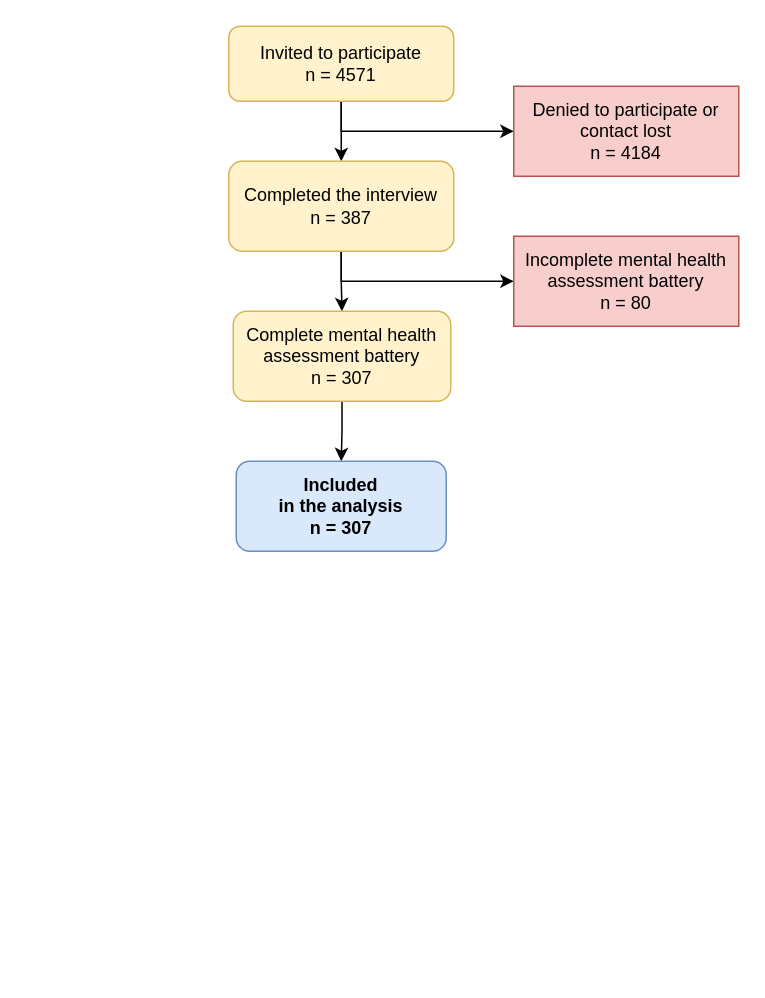
This is aux files/consort.drawio from PiotrTymoszuk/mental_accident, a draw.io file, before an edit. Source tidied: cells renumbered, new cells numbered last; positions are measured from the earlier drawing's top-left corner, leaving out a move shared by most shapes. Both pictures are drawn from the tidied source at 150%, with x=0, y=0 at pixel (228, 26).
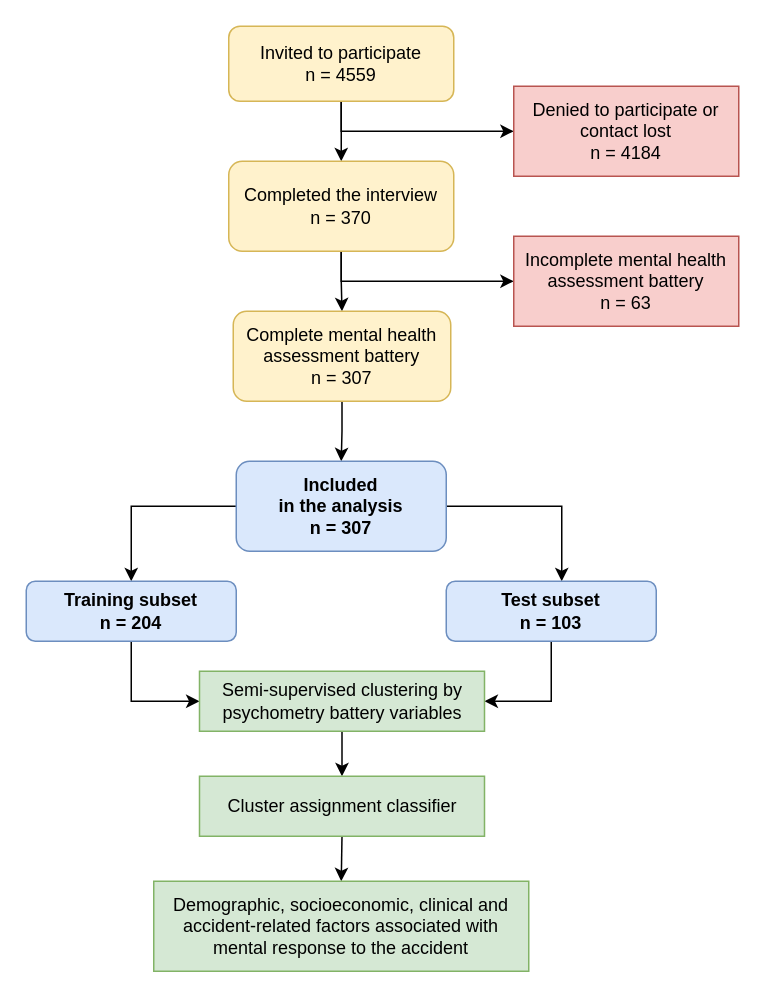
After the change.

The change refers to these unchanged cells:
```xml
<mxCell id="12" value="Included&lt;br&gt;in the analysis&lt;br&gt;n = 307" style="rounded=1;whiteSpace=wrap;html=1;fillColor=#dae8fc;strokeColor=#6c8ebf;fontStyle=1;" parent="1" vertex="1">
  <mxGeometry x="5" y="290" width="140" height="60" as="geometry" />
</mxCell>
```

Diff of the diagram source:
```diff
@@
-    <mxCell id="4" value="Invited to participate&lt;br&gt;n = 4571" style="rounded=1;whiteSpace=wrap;html=1;fillColor=#fff2cc;strokeColor=#d6b656;" parent="1" vertex="1">
+    <mxCell id="4" value="Invited to participate&lt;br&gt;n = 4559" style="rounded=1;whiteSpace=wrap;html=1;fillColor=#fff2cc;strokeColor=#d6b656;" parent="1" vertex="1">
       <mxGeometry width="150" height="50" as="geometry" />
     </mxCell>
@@
-    <mxCell id="7" value="Completed the interview&lt;br&gt;n = 387" style="rounded=1;whiteSpace=wrap;html=1;fillColor=#fff2cc;strokeColor=#d6b656;" parent="1" vertex="1">
+    <mxCell id="7" value="Completed the interview&lt;br&gt;n = 370" style="rounded=1;whiteSpace=wrap;html=1;fillColor=#fff2cc;strokeColor=#d6b656;" parent="1" vertex="1">
       <mxGeometry y="90" width="150" height="60" as="geometry" />
     </mxCell>
@@
-    <mxCell id="9" value="Incomplete mental health assessment battery&lt;br&gt;n = 80" style="rounded=0;whiteSpace=wrap;html=1;fillColor=#f8cecc;strokeColor=#b85450;" parent="1" vertex="1">
+    <mxCell id="9" value="Incomplete mental health assessment battery&lt;br&gt;n = 63" style="rounded=0;whiteSpace=wrap;html=1;fillColor=#f8cecc;strokeColor=#b85450;" parent="1" vertex="1">
       <mxGeometry x="190" y="140" width="150" height="60" as="geometry" />
     </mxCell>
@@
+    <mxCell id="13" style="edgeStyle=orthogonalEdgeStyle;rounded=0;jettySize=auto;html=1;exitX=1;exitY=0.5;exitDx=0;exitDy=0;entryX=0.55;entryY=0;entryDx=0;entryDy=0;entryPerimeter=0;" parent="1" edge="1" source="12" target="18">
+      <mxGeometry relative="1" as="geometry" />
+    </mxCell>
+    <mxCell id="14" style="edgeStyle=orthogonalEdgeStyle;rounded=0;jettySize=auto;html=1;exitX=0;exitY=0.5;exitDx=0;exitDy=0;entryX=0.5;entryY=0;entryDx=0;entryDy=0;" parent="1" edge="1" source="12" target="16">
+      <mxGeometry relative="1" as="geometry" />
+    </mxCell>
@@
+    <mxCell id="15" style="edgeStyle=orthogonalEdgeStyle;rounded=0;jettySize=auto;html=1;exitX=0.5;exitY=1;exitDx=0;exitDy=0;entryX=0;entryY=0.5;entryDx=0;entryDy=0;" parent="1" edge="1" source="16" target="20">
+      <mxGeometry relative="1" as="geometry" />
+    </mxCell>
+    <mxCell id="16" value="Training subset&lt;br&gt;n = 204" style="rounded=1;whiteSpace=wrap;html=1;fillColor=#dae8fc;strokeColor=#6c8ebf;fontStyle=1;" parent="1" vertex="1">
+      <mxGeometry x="-135" y="370" width="140" height="40" as="geometry" />
+    </mxCell>
+    <mxCell id="17" style="edgeStyle=orthogonalEdgeStyle;rounded=0;jettySize=auto;html=1;entryX=1;entryY=0.5;entryDx=0;entryDy=0;" parent="1" edge="1" source="18" target="20">
+      <mxGeometry relative="1" as="geometry" />
+    </mxCell>
+    <mxCell id="18" value="Test subset&lt;br&gt;n = 103" style="rounded=1;whiteSpace=wrap;html=1;fillColor=#dae8fc;strokeColor=#6c8ebf;fontStyle=1;" parent="1" vertex="1">
+      <mxGeometry x="145" y="370" width="140" height="40" as="geometry" />
+    </mxCell>
+    <mxCell id="19" style="edgeStyle=orthogonalEdgeStyle;rounded=0;jettySize=auto;html=1;exitX=0.5;exitY=1;exitDx=0;exitDy=0;entryX=0.5;entryY=0;entryDx=0;entryDy=0;" parent="1" edge="1" source="20" target="22">
+      <mxGeometry relative="1" as="geometry" />
+    </mxCell>
+    <mxCell id="20" value="Semi-supervised clustering by psychometry battery variables" style="rounded=0;whiteSpace=wrap;html=1;fillColor=#d5e8d4;strokeColor=#82b366;" parent="1" vertex="1">
+      <mxGeometry x="-19.5" y="430" width="190" height="40" as="geometry" />
+    </mxCell>
+    <mxCell id="21" style="edgeStyle=orthogonalEdgeStyle;rounded=0;jettySize=auto;html=1;exitX=0.5;exitY=1;exitDx=0;exitDy=0;entryX=0.5;entryY=0;entryDx=0;entryDy=0;" parent="1" edge="1" source="22" target="23">
+      <mxGeometry relative="1" as="geometry" />
+    </mxCell>
+    <mxCell id="22" value="Cluster assignment classifier" style="rounded=0;whiteSpace=wrap;html=1;fillColor=#d5e8d4;strokeColor=#82b366;" parent="1" vertex="1">
+      <mxGeometry x="-19.5" y="500" width="190" height="40" as="geometry" />
+    </mxCell>
+    <mxCell id="23" value="Demographic, socioeconomic, clinical and accident-related factors associated with mental response to the accident" style="rounded=0;whiteSpace=wrap;html=1;fillColor=#d5e8d4;strokeColor=#82b366;" parent="1" vertex="1">
+      <mxGeometry x="-50" y="570" width="250" height="60" as="geometry" />
+    </mxCell>
```
